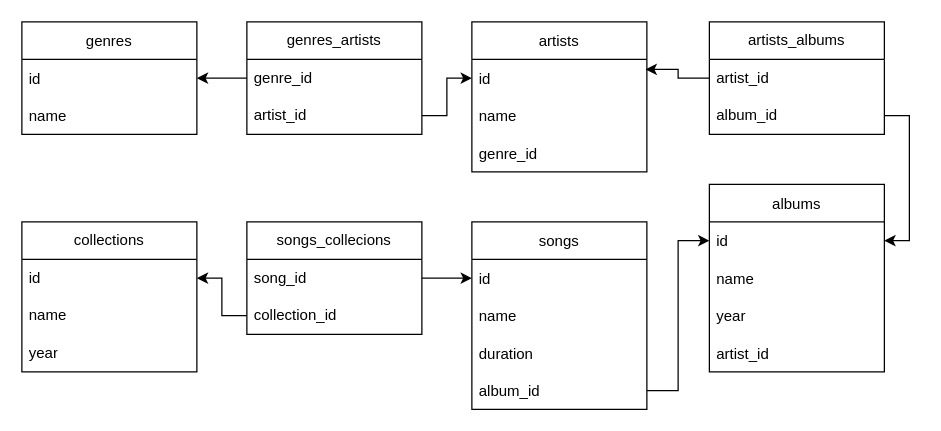
Before: Диаграмма без названия.drawio in walltrone/self-edu, a draw.io diagram. Source tidied: cells renumbered, new cells numbered last; positions are measured from the earlier drawing's top-left corner, leaving out a move shared by most shapes. Both pictures are drawn from the tidied source at 125%, with x=0, y=0 at pixel (21, 21).
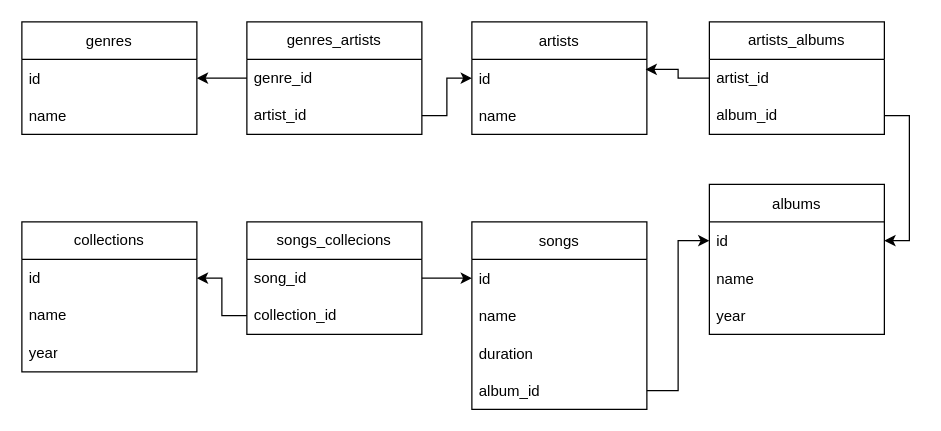
Above is the later version.

Change to the diagram source:
```diff
@@
     <mxCell id="5" value="artists" style="swimlane;fontStyle=0;horizontal=1;startSize=30;" parent="1" vertex="1">
-      <mxGeometry x="360" width="140" height="120" as="geometry" />
+      <mxGeometry x="360" width="140" height="90" as="geometry" />
     </mxCell>
@@
-    <mxCell id="8" value="genre_id" style="text;strokeColor=none;fillColor=none;align=left;verticalAlign=middle;spacingLeft=4;spacingRight=4;overflow=hidden;" parent="5" vertex="1">
-      <mxGeometry y="90" width="140" height="30" as="geometry" />
-    </mxCell>
     <mxCell id="9" value="albums" style="swimlane;fontStyle=0;horizontal=1;startSize=30;" parent="1" vertex="1">
-      <mxGeometry x="550" y="130" width="140" height="150" as="geometry" />
+      <mxGeometry x="550" y="130" width="140" height="120" as="geometry" />
     </mxCell>
@@
-    <mxCell id="13" value="artist_id" style="text;strokeColor=none;fillColor=none;align=left;verticalAlign=middle;spacingLeft=4;spacingRight=4;overflow=hidden;" parent="9" vertex="1">
-      <mxGeometry y="120" width="140" height="30" as="geometry" />
-    </mxCell>
```
